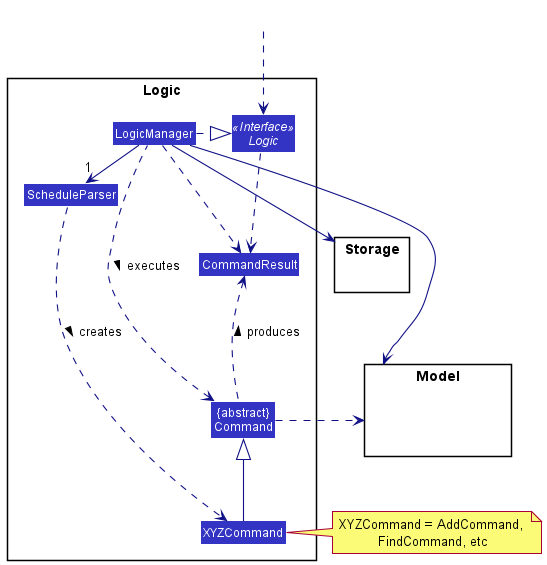
ruthpohrp/tp keeps this PlantUML diagram as docs/images/LogicClassDiagram.png. Above is the earlier version.
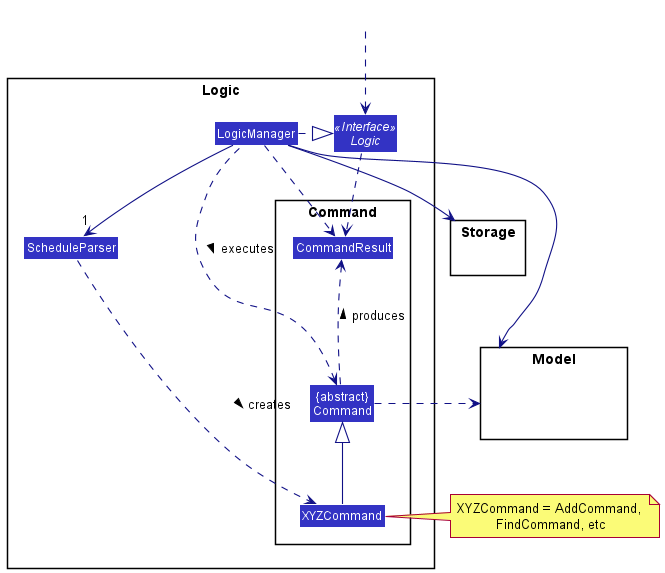
The same file after the commit.

Commit message:
Update DG for Design, Ui, Logic

The edit, as a diff of the source:
```diff
@@ -5,12 +5,13 @@
 skinparam classBackgroundColor LOGIC_COLOR
 
 package Logic {
+Class ScheduleParser
 
-Class ScheduleParser
+package Command {
 Class XYZCommand
 Class CommandResult
 Class "{abstract}\nCommand" as Command
-
+}
 
 Interface Logic <<Interface>>
 Class LogicManager
@@ -27,8 +28,8 @@
 HiddenOutside ..> Logic
 
 LogicManager .right.|> Logic
-LogicManager -right->"1" ScheduleParser
-ScheduleParser ..> XYZCommand : creates >
+LogicManager -down->"1" ScheduleParser
+ScheduleParser .right.> XYZCommand : creates >
 
 XYZCommand -up-|> Command
 LogicManager .left.> Command : executes >
```
